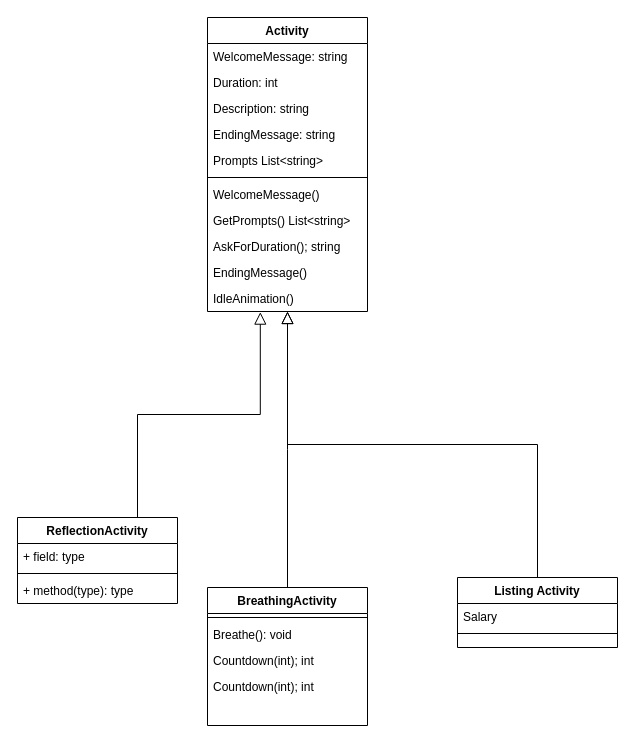
The draw.io diagram Mindfulness.drawio in Jebthegamer/cse210_hw, before the edit. Source tidied: cells renumbered, new cells numbered last; positions are measured from the earlier drawing's top-left corner, leaving out a move shared by most shapes. Both pictures are drawn from the tidied source at 100%, with x=0, y=0 at pixel (17, 17).
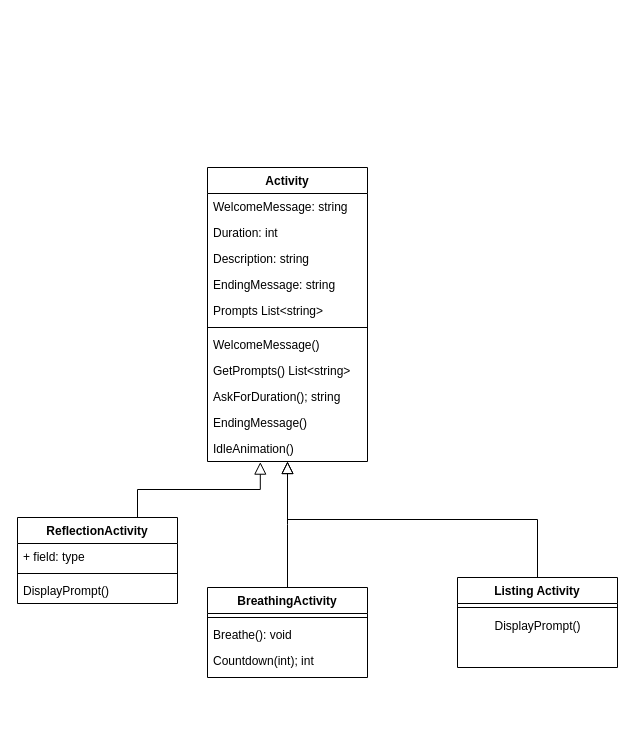
The same diagram, later.

Unchanged cells that the change refers to:
```xml
<mxCell id="25" value="ReflectionActivity" style="swimlane;fontStyle=1;align=center;verticalAlign=top;horizontal=1;startSize=26;whiteSpace=wrap;html=1;" parent="1" vertex="1">
  <mxGeometry y="500" width="160" height="86" as="geometry" />
</mxCell>
```

Diff of the diagram source:
```diff
@@
     <mxCell id="2" value="Activity" style="swimlane;fontStyle=1;align=center;verticalAlign=top;horizontal=1;startSize=26;rounded=0;shadow=0;strokeWidth=1;" parent="1" vertex="1">
-      <mxGeometry x="190" width="160" height="294" as="geometry" />
+      <mxGeometry x="190" y="150" width="160" height="294" as="geometry" />
     </mxCell>
@@
     <mxCell id="14" value="BreathingActivity" style="swimlane;fontStyle=1;align=center;verticalAlign=top;horizontal=1;startSize=26;rounded=0;shadow=0;strokeWidth=1;" parent="1" vertex="1">
-      <mxGeometry x="190" y="570" width="160" height="138" as="geometry" />
+      <mxGeometry x="190" y="570" width="160" height="90" as="geometry" />
     </mxCell>
@@
-    <mxCell id="18" value="Countdown(int); int" style="text;align=left;verticalAlign=top;spacingLeft=4;spacingRight=4;overflow=hidden;" parent="14" vertex="1">
-      <mxGeometry y="86" width="160" height="26" as="geometry" />
-    </mxCell>
@@
     <mxCell id="20" value="Listing Activity" style="swimlane;fontStyle=1;align=center;verticalAlign=top;horizontal=1;startSize=26;rounded=0;shadow=0;strokeWidth=1;" parent="1" vertex="1">
-      <mxGeometry x="440" y="560" width="160" height="70" as="geometry" />
+      <mxGeometry x="440" y="560" width="160" height="90" as="geometry" />
     </mxCell>
-    <mxCell id="21" value="Salary" style="text;align=left;verticalAlign=top;spacingLeft=4;spacingRight=4;overflow=hidden;" parent="20" vertex="1">
-      <mxGeometry y="26" width="160" height="26" as="geometry" />
-    </mxCell>
     <mxCell id="22" style="line;html=1;strokeWidth=1;align=left;verticalAlign=middle;spacingTop=-1;spacingLeft=3;spacingRight=3;labelPosition=right;" parent="20" vertex="1">
-      <mxGeometry y="52" width="160" height="8" as="geometry" />
+      <mxGeometry y="26" width="160" height="8" as="geometry" />
     </mxCell>
+    <mxCell id="29" value="DisplayPrompt()" style="text;html=1;align=center;verticalAlign=middle;strokeColor=none;fillColor=none;" parent="20" vertex="1">
+      <mxGeometry y="34" width="160" height="30" as="geometry" />
+    </mxCell>
@@
-    <mxCell id="28" value="+ method(type): type" style="text;strokeColor=none;fillColor=none;align=left;verticalAlign=top;spacingLeft=4;spacingRight=4;overflow=hidden;whiteSpace=wrap;html=1;" parent="25" vertex="1">
+    <mxCell id="28" value="DisplayPrompt()" style="text;strokeColor=none;fillColor=none;align=left;verticalAlign=top;spacingLeft=4;spacingRight=4;overflow=hidden;whiteSpace=wrap;html=1;" parent="25" vertex="1">
       <mxGeometry y="60" width="160" height="26" as="geometry" />
     </mxCell>
```
